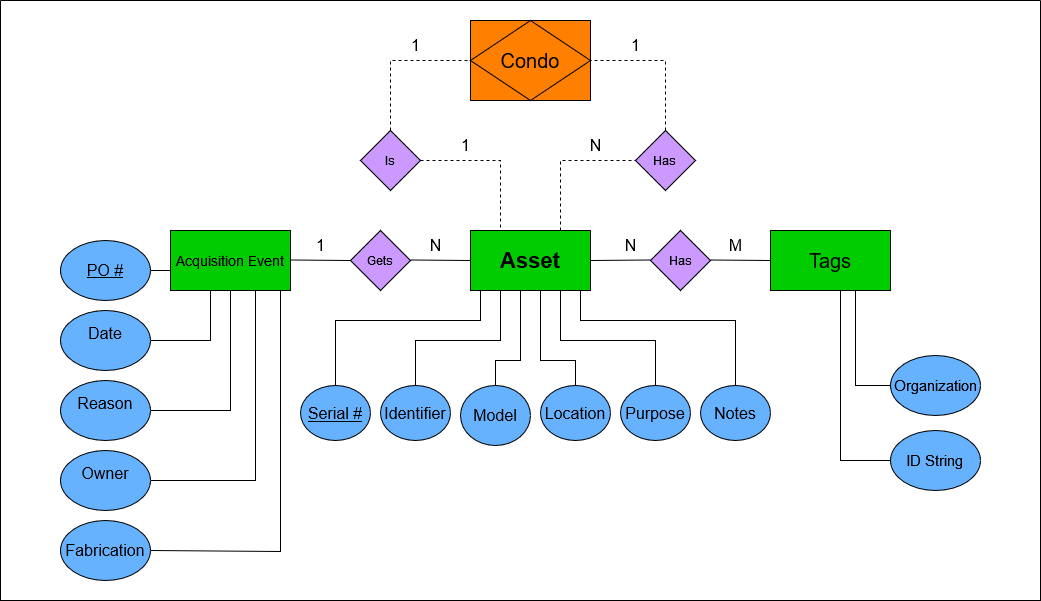
This is Misc/inventory_data_diagram.drawio.png from benito2268/chtc_fellowship_inventory_tracking, a draw.io export, as it was before one commit. Source tidied: cells renumbered, new cells last; positions are measured from the earlier drawing's top-left corner, leaving out a move shared by most shapes.
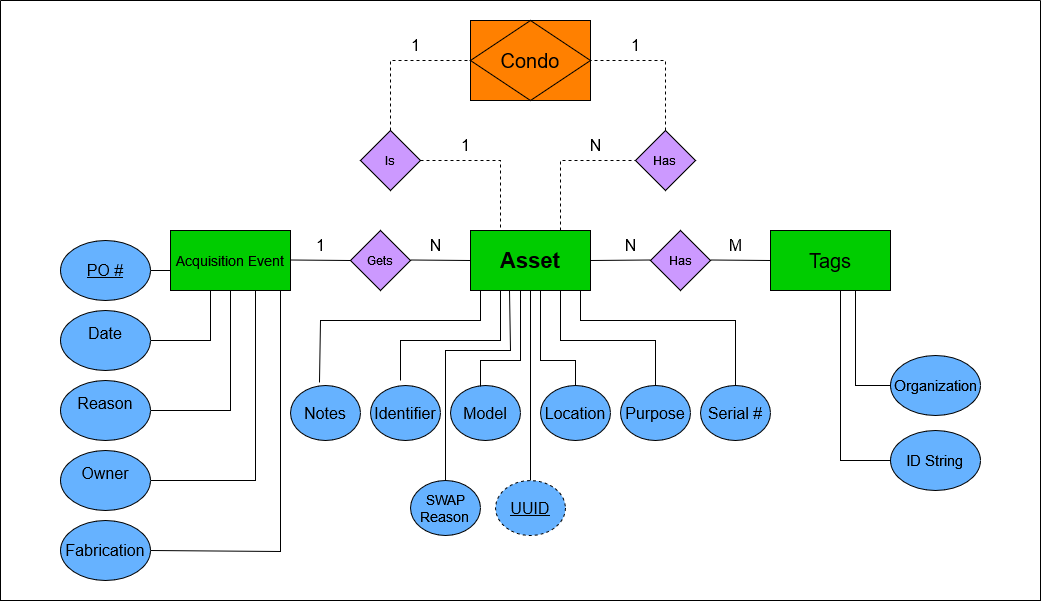
After the change.

Commit message:
updated ERD to reflect addition of a SWAP reason and UUID

Change to the diagram source:
```diff
@@ -176,8 +176,8 @@
         </Array>
       </mxGeometry>
     </mxCell>
-    <mxCell id="41" value="&lt;font style=&quot;font-size: 16px;&quot;&gt;&lt;u&gt;Serial #&lt;br&gt;&lt;/u&gt;&lt;/font&gt;" style="ellipse;whiteSpace=wrap;html=1;rounded=0;labelBackgroundColor=none;fillColor=#66B2FF;" parent="33" vertex="1">
-      <mxGeometry x="300" y="385" width="70" height="55" as="geometry" />
+    <mxCell id="41" value="&lt;font style=&quot;font-size: 16px;&quot;&gt;Serial #&lt;u&gt;&lt;br&gt;&lt;/u&gt;&lt;/font&gt;" style="ellipse;whiteSpace=wrap;html=1;rounded=0;labelBackgroundColor=none;fillColor=#66B2FF;" parent="33" vertex="1">
+      <mxGeometry x="700" y="385" width="70" height="55" as="geometry" />
     </mxCell>
     <mxCell id="42" style="endArrow=none;html=1;rounded=0;entryX=1;entryY=0.5;entryDx=0;entryDy=0;" parent="33" edge="1" target="39">
       <mxGeometry relative="1" as="geometry">
@@ -185,10 +185,10 @@
       </mxGeometry>
     </mxCell>
     <mxCell id="43" value="&lt;font style=&quot;font-size: 16px;&quot;&gt;Identifier&lt;u&gt;&lt;br&gt;&lt;/u&gt;&lt;/font&gt;" style="ellipse;whiteSpace=wrap;html=1;rounded=0;labelBackgroundColor=none;fillColor=#66B2FF;" parent="33" vertex="1">
-      <mxGeometry x="380" y="385" width="70" height="55" as="geometry" />
+      <mxGeometry x="370" y="385" width="70" height="55" as="geometry" />
     </mxCell>
     <mxCell id="44" value="&lt;span style=&quot;font-size: 16px;&quot;&gt;Model&lt;/span&gt;&lt;u style=&quot;font-size: 16px;&quot;&gt;&lt;br&gt;&lt;/u&gt;" style="ellipse;whiteSpace=wrap;html=1;rounded=0;labelBackgroundColor=none;fillColor=#66B2FF;" parent="33" vertex="1">
-      <mxGeometry x="460" y="385" width="70" height="60" as="geometry" />
+      <mxGeometry x="450" y="385" width="70" height="55" as="geometry" />
     </mxCell>
     <mxCell id="45" value="&lt;div style=&quot;font-size: 16px;&quot;&gt;Location&lt;/div&gt;" style="ellipse;whiteSpace=wrap;html=1;rounded=0;labelBackgroundColor=none;fillColor=#66B2FF;" parent="33" vertex="1">
       <mxGeometry x="540" y="385" width="70" height="55" as="geometry" />
@@ -197,22 +197,23 @@
       <mxGeometry x="620" y="385" width="70" height="55" as="geometry" />
     </mxCell>
     <mxCell id="47" value="&lt;div style=&quot;font-size: 13px;&quot;&gt;&lt;font style=&quot;font-size: 16px;&quot;&gt;Notes&lt;/font&gt;&lt;/div&gt;" style="ellipse;whiteSpace=wrap;html=1;rounded=0;labelBackgroundColor=none;fillColor=#66B2FF;" parent="33" vertex="1">
-      <mxGeometry x="700" y="385" width="70" height="55" as="geometry" />
+      <mxGeometry x="290" y="385" width="70" height="55" as="geometry" />
     </mxCell>
-    <mxCell id="48" style="endArrow=none;html=1;rounded=0;exitX=0.5;exitY=0;exitDx=0;exitDy=0;" parent="33" edge="1" source="41">
+    <mxCell id="48" style="endArrow=none;html=1;rounded=0;exitX=0.414;exitY=-0.055;exitDx=0;exitDy=0;exitPerimeter=0;" parent="33" edge="1" source="47">
       <mxGeometry relative="1" as="geometry">
         <mxPoint x="480" y="290" as="targetPoint" />
         <Array as="points">
-          <mxPoint x="335" y="320" />
+          <mxPoint x="320" y="320" />
           <mxPoint x="480" y="320" />
         </Array>
       </mxGeometry>
     </mxCell>
-    <mxCell id="49" style="endArrow=none;html=1;rounded=0;exitX=0.5;exitY=0;exitDx=0;exitDy=0;" parent="33" edge="1" source="43">
+    <mxCell id="49" style="endArrow=none;html=1;rounded=0;" parent="33" edge="1">
       <mxGeometry relative="1" as="geometry">
+        <mxPoint x="400" y="380" as="sourcePoint" />
         <mxPoint x="500" y="290" as="targetPoint" />
         <Array as="points">
-          <mxPoint x="415" y="340" />
+          <mxPoint x="400" y="340" />
           <mxPoint x="500" y="340" />
         </Array>
       </mxGeometry>
@@ -235,7 +236,7 @@
         </Array>
       </mxGeometry>
     </mxCell>
-    <mxCell id="52" style="endArrow=none;html=1;rounded=0;exitX=0.5;exitY=0;exitDx=0;exitDy=0;" parent="33" edge="1" source="47">
+    <mxCell id="52" style="endArrow=none;html=1;rounded=0;exitX=0.5;exitY=0;exitDx=0;exitDy=0;" parent="33" edge="1" source="41">
       <mxGeometry relative="1" as="geometry">
         <mxPoint x="580" y="290" as="targetPoint" />
         <Array as="points">
@@ -244,14 +245,33 @@
         </Array>
       </mxGeometry>
     </mxCell>
+    <mxCell id="54" value="&lt;u&gt;&lt;font style=&quot;font-size: 16px;&quot;&gt;UUID&lt;font style=&quot;font-size: 16px;&quot;&gt;&lt;br&gt;&lt;/font&gt;&lt;/font&gt;&lt;/u&gt;" style="ellipse;whiteSpace=wrap;html=1;rounded=0;labelBackgroundColor=none;fillColor=#66B2FF;dashed=1;" parent="33" vertex="1">
+      <mxGeometry x="495" y="480" width="70" height="55" as="geometry" />
+    </mxCell>
+    <mxCell id="55" value="&lt;font style=&quot;font-size: 14px;&quot;&gt;&lt;font style=&quot;font-size: 14px;&quot;&gt;SWAP Reason&lt;/font&gt;&lt;u&gt;&lt;font style=&quot;font-size: 14px;&quot;&gt;&lt;font style=&quot;font-size: 14px;&quot;&gt;&lt;br&gt;&lt;/font&gt;&lt;/font&gt;&lt;/u&gt;&lt;/font&gt;" style="ellipse;whiteSpace=wrap;html=1;rounded=0;labelBackgroundColor=none;fillColor=#66B2FF;" parent="33" vertex="1">
+      <mxGeometry x="410" y="480" width="70" height="55" as="geometry" />
+    </mxCell>
-    <mxCell id="53" style="endArrow=none;html=1;rounded=0;exitX=0.5;exitY=0;exitDx=0;exitDy=0;" parent="1" edge="1" source="44">
+    <mxCell id="53" style="endArrow=none;html=1;rounded=0;" parent="1" edge="1">
       <mxGeometry relative="1" as="geometry">
+        <mxPoint x="480" y="386" as="sourcePoint" />
         <mxPoint x="520" y="290" as="targetPoint" />
         <Array as="points">
-          <mxPoint x="495" y="360" />
+          <mxPoint x="480" y="360" />
           <mxPoint x="520" y="360" />
         </Array>
       </mxGeometry>
     </mxCell>
+    <mxCell id="56" style="endArrow=none;html=1;rounded=0;entryX=0.5;entryY=1;entryDx=0;entryDy=0;exitX=0.5;exitY=0;exitDx=0;exitDy=0;" parent="1" edge="1" source="54" target="2">
+      <mxGeometry relative="1" as="geometry" />
+    </mxCell>
+    <mxCell id="57" style="endArrow=none;html=1;rounded=0;exitX=0.5;exitY=0;exitDx=0;exitDy=0;" parent="1" edge="1" source="55">
+      <mxGeometry relative="1" as="geometry">
+        <mxPoint x="509" y="290" as="targetPoint" />
+        <Array as="points">
+          <mxPoint x="445" y="350" />
+          <mxPoint x="510" y="350" />
+        </Array>
+      </mxGeometry>
+    </mxCell>
   </root>
 </mxGraphModel>
```
